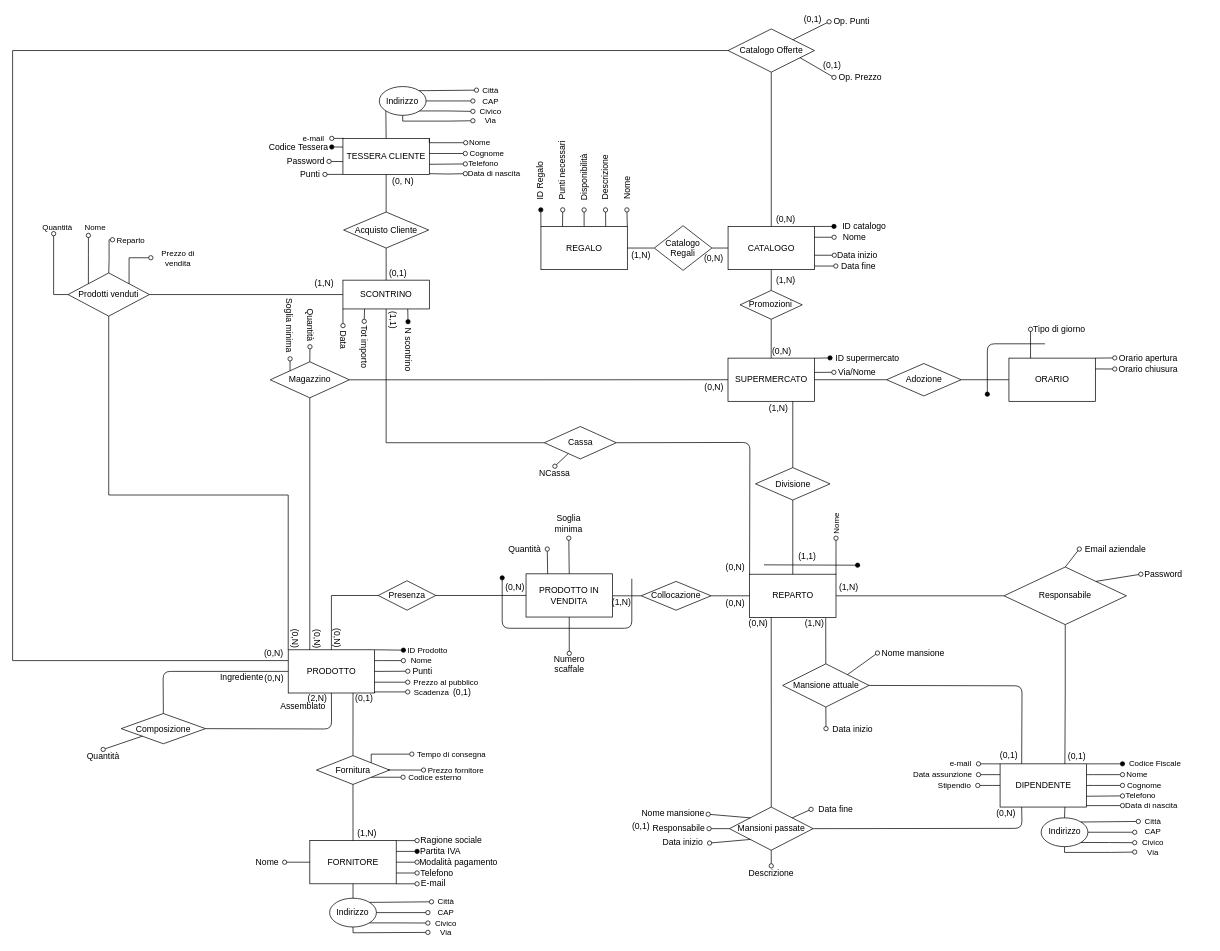
Ghianda22/Effelunga keeps this draw.io diagram as page "Pagina-1" (1 of 2) of preparativi/Tentativo_disperatissimo.drawio. Above is the earlier version. Source tidied: cells renumbered, new cells numbered last; positions are measured from the earlier drawing's top-left corner, leaving out a move shared by most shapes. Both pictures are drawn from the tidied source at 72%, with x=0, y=0 at pixel (12, 12).
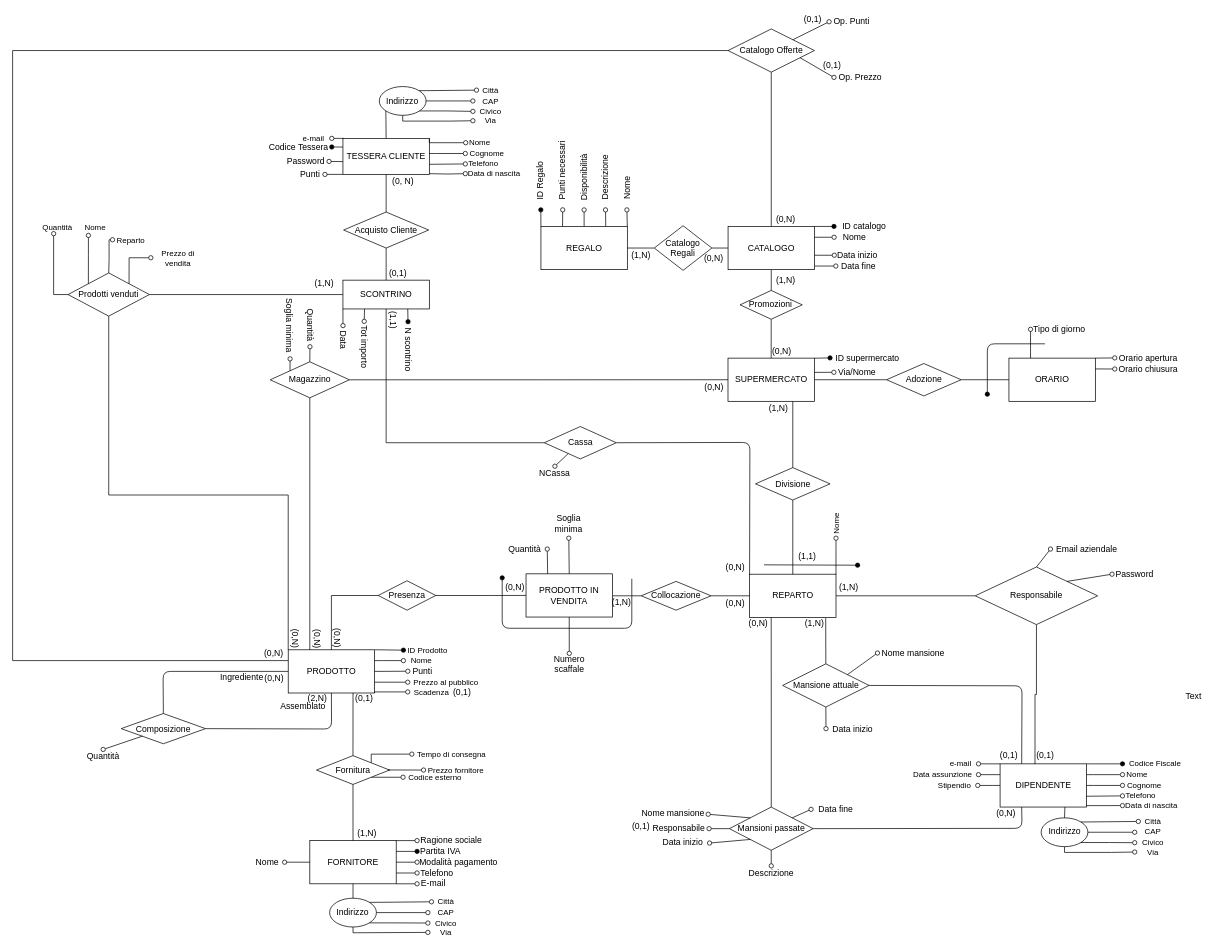
Above is the later version.

Unchanged cells that the change refers to:
```xml
<mxCell id="12" value="DIPENDENTE" style="rounded=0;whiteSpace=wrap;html=1;" parent="1" vertex="1">
  <mxGeometry x="1371.5" y="1043.4" width="120" height="60" as="geometry" />
</mxCell>
```

Change to the diagram source:
```diff
@@
-    <mxCell id="260" style="edgeStyle=orthogonalEdgeStyle;rounded=0;jettySize=auto;html=1;entryX=0.75;entryY=0;entryDx=0;entryDy=0;startArrow=none;startFill=0;endArrow=none;endFill=0;" parent="1" edge="1" source="261" target="12">
-      <mxGeometry relative="1" as="geometry" />
+    <mxCell id="260" style="edgeStyle=orthogonalEdgeStyle;rounded=0;jettySize=auto;html=1;entryX=0.404;entryY=0.004;entryDx=0;entryDy=0;startArrow=none;startFill=0;endArrow=none;endFill=0;entryPerimeter=0;" parent="1" edge="1" source="261" target="12">
+      <mxGeometry relative="1" as="geometry">
+        <Array as="points">
+          <mxPoint x="1422" y="947" />
+          <mxPoint x="1420" y="947" />
+        </Array>
+      </mxGeometry>
     </mxCell>
     <mxCell id="261" value="Responsabile" style="rhombus;whiteSpace=wrap;html=1;" parent="1" vertex="1">
-      <mxGeometry x="1377" y="770" width="170" height="80" as="geometry" />
+      <mxGeometry x="1337" y="770" width="170" height="80" as="geometry" />
     </mxCell>
@@
     <mxCell id="263" value="Email aziendale" style="text;html=1;strokeColor=none;fillColor=none;align=center;verticalAlign=middle;whiteSpace=wrap;rounded=0;" parent="1" vertex="1">
-      <mxGeometry x="1481.5" y="735.1" width="100" height="20" as="geometry" />
+      <mxGeometry x="1441.5" y="735.1" width="100" height="20" as="geometry" />
     </mxCell>
@@
     <mxCell id="265" value="Password" style="text;html=1;strokeColor=none;fillColor=none;align=center;verticalAlign=middle;whiteSpace=wrap;rounded=0;" parent="1" vertex="1">
-      <mxGeometry x="1567" y="770" width="63" height="20" as="geometry" />
+      <mxGeometry x="1527" y="770" width="63" height="20" as="geometry" />
     </mxCell>
@@
     <mxCell id="267" value="(0,1)" style="text;html=1;align=center;verticalAlign=middle;" parent="1" vertex="1">
-      <mxGeometry x="1457.8" y="1022.9" width="40" height="20" as="geometry" />
+      <mxGeometry x="1413.8" y="1022" width="40" height="20" as="geometry" />
     </mxCell>
@@
+    <mxCell id="270" value="Text" style="text;html=1;align=center;verticalAlign=middle;" parent="1" vertex="1">
+      <mxGeometry x="1620" y="940" width="40" height="20" as="geometry" />
+    </mxCell>
```
